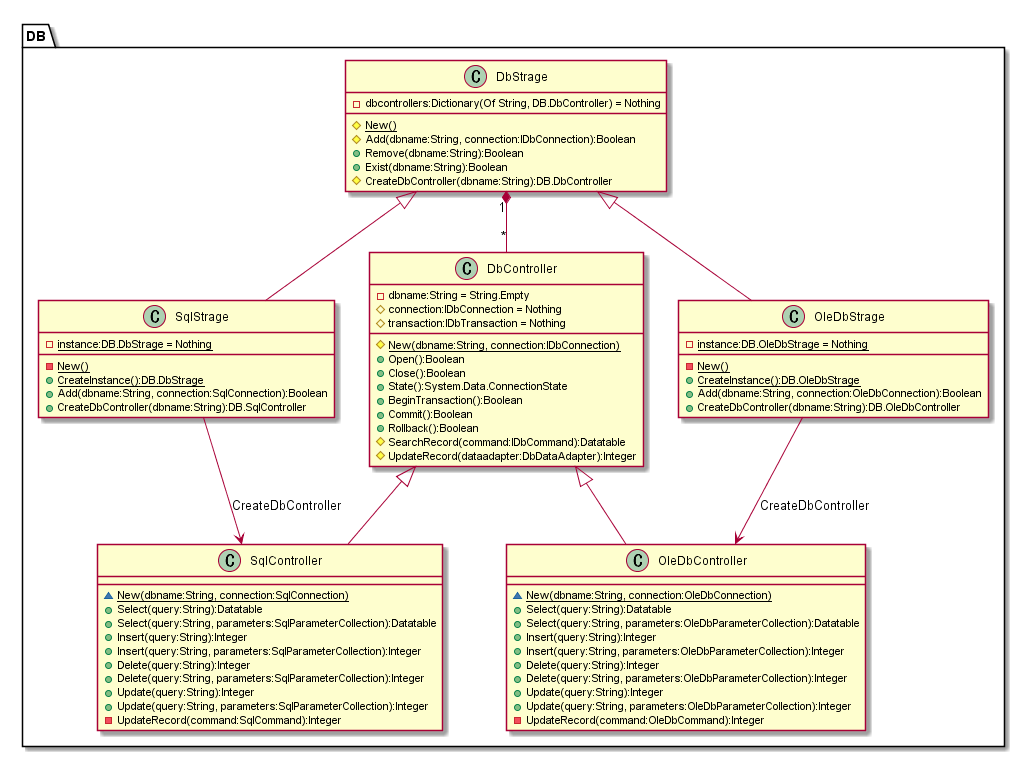
Earlier version of the PlantUML export doc/ClassDiagram/DbControll.png (hirorich/CommonTool). The source it was exported from:
```plantuml
@startuml DbControll.png
class DB.DbStrage {
  - {field} dbcontrollers:Dictionary(Of String, DB.DbController) = Nothing

  # {static} New()
  # Add(dbname:String, connection:IDbConnection):Boolean
  + Remove(dbname:String):Boolean
  + Exist(dbname:String):Boolean
  # CreateDbController(dbname:String):DB.DbController
}

class DB.SqlStrage {
  - {static} instance:DB.DbStrage = Nothing

  - {static} New()
  + {static} CreateInstance():DB.DbStrage
  + Add(dbname:String, connection:SqlConnection):Boolean
  + CreateDbController(dbname:String):DB.SqlController
}

class DB.OleDbStrage {
  - {static} instance:DB.OleDbStrage = Nothing

  - {static} New()
  + {static} CreateInstance():DB.OleDbStrage
  + Add(dbname:String, connection:OleDbConnection):Boolean
  + CreateDbController(dbname:String):DB.OleDbController
}

class DB.DbController {
  - dbname:String = String.Empty
  # connection:IDbConnection = Nothing
  # transaction:IDbTransaction = Nothing

  # {static} New(dbname:String, connection:IDbConnection)
  + Open():Boolean
  + Close():Boolean
  + State():System.Data.ConnectionState
  + BeginTransaction():Boolean
  + Commit():Boolean
  + Rollback():Boolean
  # SearchRecord(command:IDbCommand):Datatable
  # UpdateRecord(dataadapter:DbDataAdapter):Integer
}

class DB.SqlController {

  ~ {static} New(dbname:String, connection:SqlConnection)
  + Select(query:String):Datatable
  + Select(query:String, parameters:SqlParameterCollection):Datatable
  + Insert(query:String):Integer
  + Insert(query:String, parameters:SqlParameterCollection):Integer
  + Delete(query:String):Integer
  + Delete(query:String, parameters:SqlParameterCollection):Integer
  + Update(query:String):Integer
  + Update(query:String, parameters:SqlParameterCollection):Integer
  - UpdateRecord(command:SqlCommand):Integer
}

class DB.OleDbController {

  ~ {static} New(dbname:String, connection:OleDbConnection)
  + Select(query:String):Datatable
  + Select(query:String, parameters:OleDbParameterCollection):Datatable
  + Insert(query:String):Integer
  + Insert(query:String, parameters:OleDbParameterCollection):Integer
  + Delete(query:String):Integer
  + Delete(query:String, parameters:OleDbParameterCollection):Integer
  + Update(query:String):Integer
  + Update(query:String, parameters:OleDbParameterCollection):Integer
  - UpdateRecord(command:OleDbCommand):Integer
}

DB.DbStrage <|-- DB.SqlStrage
DB.DbStrage <|-- DB.OleDbStrage
DB.DbController <|-- DB.SqlController
DB.DbController <|-- DB.OleDbController

DB.DbStrage "1" *-- "*" DB.DbController
DB.SqlStrage --> DB.SqlController:CreateDbController
DB.OleDbStrage --> DB.OleDbController:CreateDbController

@enduml
```
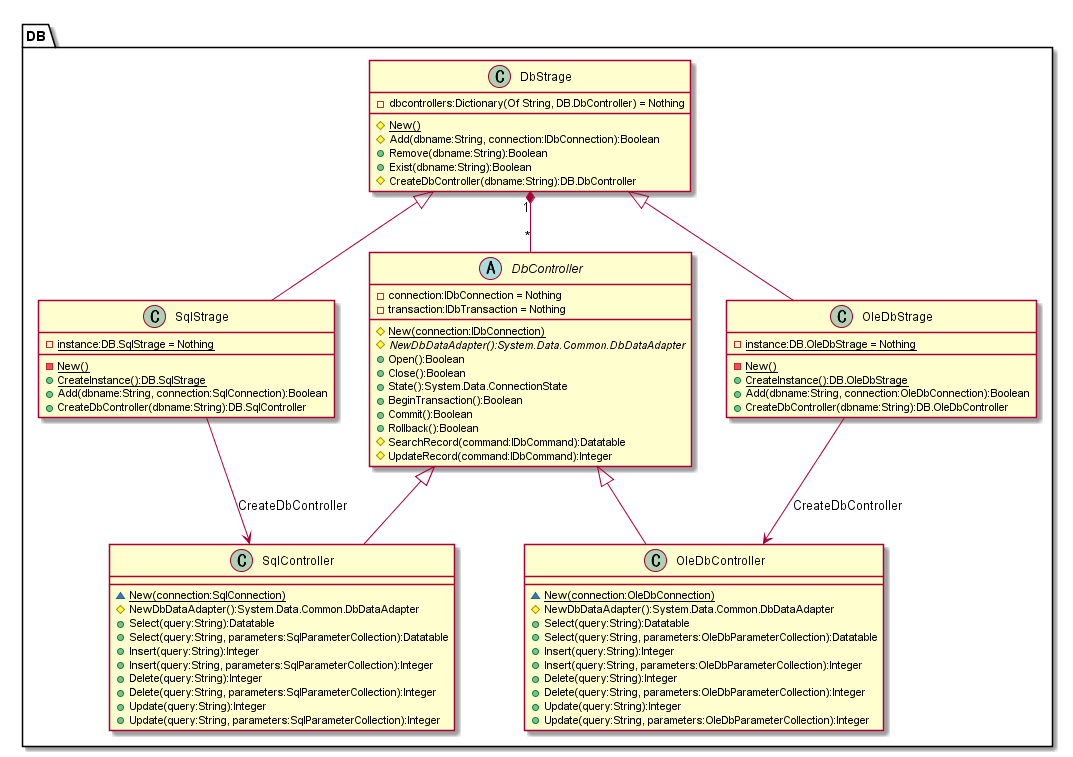
The same diagram one commit later.

Commit message:
クラス図の微修正

What changed in the source:
```diff
@@ -10,10 +10,10 @@
 }
 
 class DB.SqlStrage {
-  - {static} instance:DB.DbStrage = Nothing
+  - {static} instance:DB.SqlStrage = Nothing
 
   - {static} New()
-  + {static} CreateInstance():DB.DbStrage
+  + {static} CreateInstance():DB.SqlStrage
   + Add(dbname:String, connection:SqlConnection):Boolean
   + CreateDbController(dbname:String):DB.SqlController
 }
@@ -27,12 +27,12 @@
   + CreateDbController(dbname:String):DB.OleDbController
 }
 
-class DB.DbController {
-  - dbname:String = String.Empty
-  # connection:IDbConnection = Nothing
-  # transaction:IDbTransaction = Nothing
+abstract class DB.DbController {
+  - connection:IDbConnection = Nothing
+  - transaction:IDbTransaction = Nothing
 
-  # {static} New(dbname:String, connection:IDbConnection)
+  # {static} New(connection:IDbConnection)
+  # {abstract} NewDbDataAdapter():System.Data.Common.DbDataAdapter
   + Open():Boolean
   + Close():Boolean
   + State():System.Data.ConnectionState
@@ -40,12 +40,13 @@
   + Commit():Boolean
   + Rollback():Boolean
   # SearchRecord(command:IDbCommand):Datatable
-  # UpdateRecord(dataadapter:DbDataAdapter):Integer
+  # UpdateRecord(command:IDbCommand):Integer
 }
 
 class DB.SqlController {
 
-  ~ {static} New(dbname:String, connection:SqlConnection)
+  ~ {static} New(connection:SqlConnection)
+  # NewDbDataAdapter():System.Data.Common.DbDataAdapter
   + Select(query:String):Datatable
   + Select(query:String, parameters:SqlParameterCollection):Datatable
   + Insert(query:String):Integer
@@ -54,12 +55,12 @@
   + Delete(query:String, parameters:SqlParameterCollection):Integer
   + Update(query:String):Integer
   + Update(query:String, parameters:SqlParameterCollection):Integer
-  - UpdateRecord(command:SqlCommand):Integer
 }
 
 class DB.OleDbController {
 
-  ~ {static} New(dbname:String, connection:OleDbConnection)
+  ~ {static} New(connection:OleDbConnection)
+  # NewDbDataAdapter():System.Data.Common.DbDataAdapter
   + Select(query:String):Datatable
   + Select(query:String, parameters:OleDbParameterCollection):Datatable
   + Insert(query:String):Integer
@@ -68,7 +69,6 @@
   + Delete(query:String, parameters:OleDbParameterCollection):Integer
   + Update(query:String):Integer
   + Update(query:String, parameters:OleDbParameterCollection):Integer
-  - UpdateRecord(command:OleDbCommand):Integer
 }
 
 DB.DbStrage <|-- DB.SqlStrage
```
